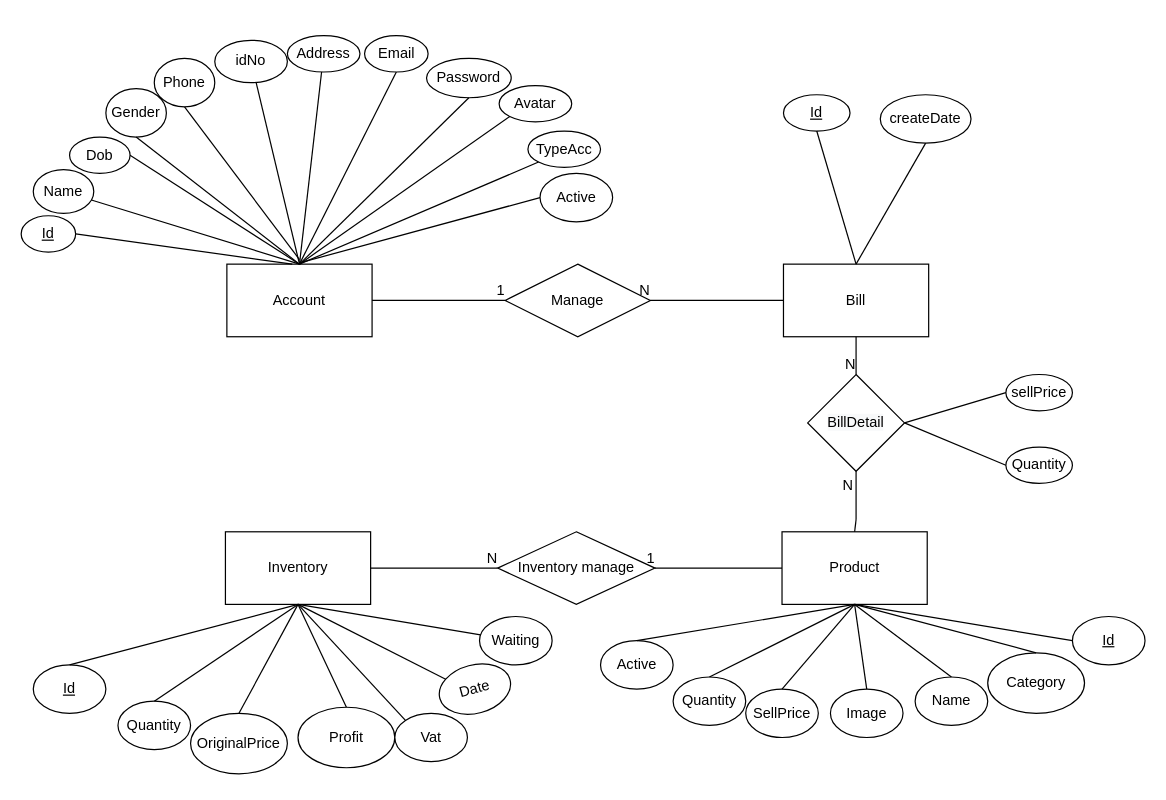
The draw.io diagram erd.drawio in khoahc/DBMS-QLCHNoiThat, before the edit. Source tidied: cells renumbered, new cells numbered last; positions are measured from the earlier drawing's top-left corner, leaving out a move shared by most shapes. Both pictures are drawn from the tidied source at 121%, with x=0, y=0 at pixel (21, 35).
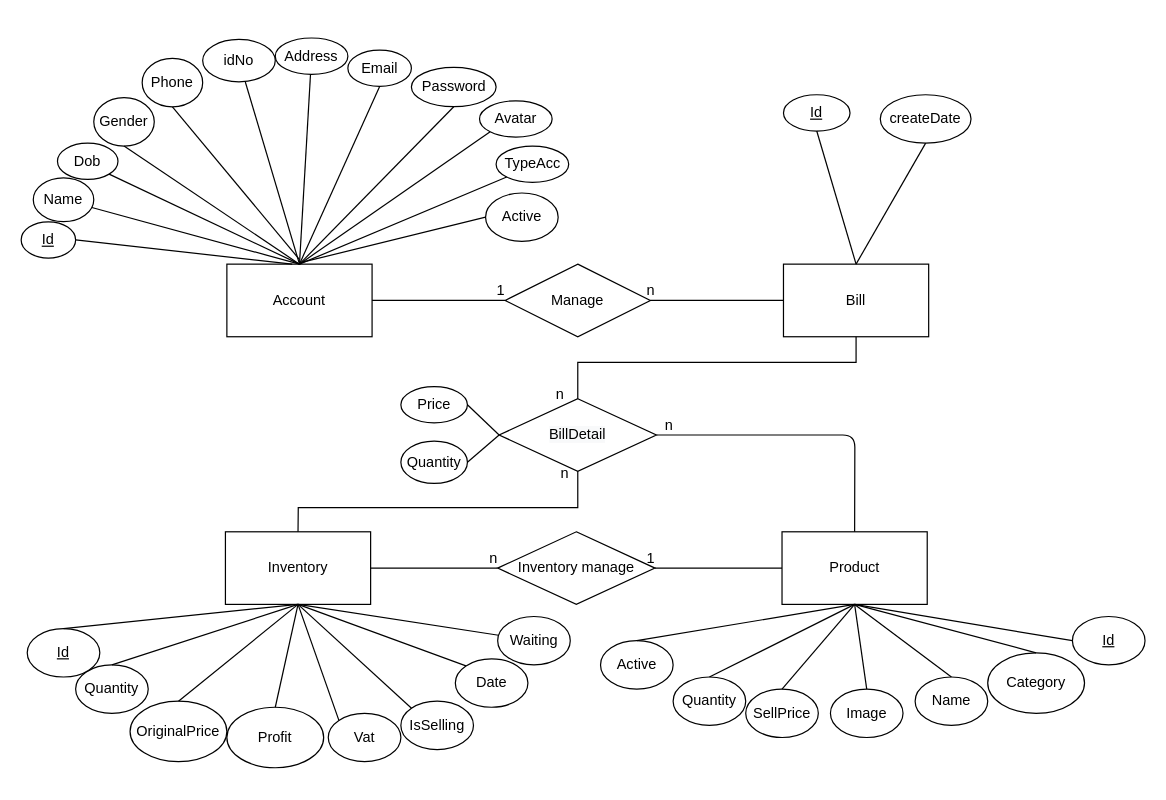
After the change.

Unchanged cells that the change refers to:
```xml
<mxCell id="2" value="Account" style="rounded=0;whiteSpace=wrap;html=1;" parent="1" vertex="1">
  <mxGeometry x="170" y="188.8" width="120" height="60" as="geometry" />
</mxCell>
<mxCell id="3" value="Product" style="rounded=0;whiteSpace=wrap;html=1;" parent="1" vertex="1">
  <mxGeometry x="628.8" y="410" width="120" height="60" as="geometry" />
</mxCell>
<mxCell id="4" value="Inventory" style="rounded=0;whiteSpace=wrap;html=1;" parent="1" vertex="1">
  <mxGeometry x="168.8" y="410" width="120" height="60" as="geometry" />
</mxCell>
<mxCell id="5" value="Bill" style="rounded=0;whiteSpace=wrap;html=1;" parent="1" vertex="1">
  <mxGeometry x="630" y="188.8" width="120" height="60" as="geometry" />
</mxCell>
<mxCell id="60" style="endArrow=none;html=1;rounded=0;entryX=0;entryY=0.5;entryDx=0;entryDy=0;exitX=1;exitY=0.5;exitDx=0;exitDy=0;" parent="1" edge="1" source="4" target="56">
  <mxGeometry relative="1" as="geometry" />
</mxCell>
<mxCell id="64" style="endArrow=none;html=1;rounded=0;exitX=0;exitY=0.5;exitDx=0;exitDy=0;entryX=1;entryY=0.5;entryDx=0;entryDy=0;" parent="1" edge="1" source="5" target="57">
  <mxGeometry relative="1" as="geometry" />
</mxCell>
```

What changed in the source:
```diff
@@
     <mxCell id="6" value="Gender" style="ellipse;whiteSpace=wrap;html=1;" parent="1" vertex="1">
-      <mxGeometry x="70" y="43.8" width="50" height="40" as="geometry" />
+      <mxGeometry x="60" y="51.2" width="50" height="40" as="geometry" />
     </mxCell>
     <mxCell id="7" value="Dob" style="ellipse;whiteSpace=wrap;html=1;" parent="1" vertex="1">
-      <mxGeometry x="40" y="83.8" width="50" height="30" as="geometry" />
+      <mxGeometry x="30" y="88.8" width="50" height="30" as="geometry" />
     </mxCell>
     <mxCell id="8" value="Name" style="ellipse;whiteSpace=wrap;html=1;" parent="1" vertex="1">
-      <mxGeometry x="10" y="110.6" width="50" height="36.2" as="geometry" />
+      <mxGeometry x="10" y="117.5" width="50" height="36.2" as="geometry" />
     </mxCell>
     <mxCell id="9" value="Email" style="ellipse;whiteSpace=wrap;html=1;" parent="1" vertex="1">
-      <mxGeometry x="283.8" width="52.5" height="30" as="geometry" />
+      <mxGeometry x="270" y="11.9" width="52.5" height="30" as="geometry" />
     </mxCell>
     <mxCell id="10" value="idNo" style="ellipse;whiteSpace=wrap;html=1;" parent="1" vertex="1">
-      <mxGeometry x="160" y="3.8" width="60" height="35" as="geometry" />
+      <mxGeometry x="150" y="3.1" width="60" height="35" as="geometry" />
     </mxCell>
     <mxCell id="11" value="Phone" style="ellipse;whiteSpace=wrap;html=1;" parent="1" vertex="1">
-      <mxGeometry x="110" y="18.8" width="50" height="40" as="geometry" />
+      <mxGeometry x="100" y="18.8" width="50" height="40" as="geometry" />
     </mxCell>
     <mxCell id="12" value="Avatar" style="ellipse;whiteSpace=wrap;html=1;" parent="1" vertex="1">
-      <mxGeometry x="395" y="41.2" width="60" height="30" as="geometry" />
+      <mxGeometry x="378.8" y="53.8" width="60" height="30" as="geometry" />
     </mxCell>
     <mxCell id="13" value="Password" style="ellipse;whiteSpace=wrap;html=1;" parent="1" vertex="1">
-      <mxGeometry x="335" y="18.8" width="70" height="32.5" as="geometry" />
+      <mxGeometry x="322.5" y="26.2" width="70" height="32.5" as="geometry" />
     </mxCell>
     <mxCell id="14" value="TypeAcc" style="ellipse;whiteSpace=wrap;html=1;" parent="1" vertex="1">
-      <mxGeometry x="418.8" y="78.8" width="60" height="30" as="geometry" />
+      <mxGeometry x="392.5" y="91.2" width="60" height="30" as="geometry" />
     </mxCell>
     <mxCell id="15" value="Active" style="ellipse;whiteSpace=wrap;html=1;" parent="1" vertex="1">
-      <mxGeometry x="428.8" y="113.8" width="60" height="40" as="geometry" />
+      <mxGeometry x="383.8" y="130" width="60" height="40" as="geometry" />
     </mxCell>
     <mxCell id="16" value="&lt;u&gt;Id&lt;/u&gt;" style="ellipse;whiteSpace=wrap;html=1;" parent="1" vertex="1">
-      <mxGeometry y="148.8" width="45" height="30" as="geometry" />
+      <mxGeometry y="153.8" width="45" height="30" as="geometry" />
     </mxCell>
@@
     <mxCell id="24" value="Waiting" style="ellipse;whiteSpace=wrap;html=1;" parent="1" vertex="1">
-      <mxGeometry x="378.8" y="480" width="60" height="40" as="geometry" />
+      <mxGeometry x="393.8" y="480" width="60" height="40" as="geometry" />
     </mxCell>
-    <mxCell id="25" value="Date" style="ellipse;whiteSpace=wrap;html=1;rotation=-15;" parent="1" vertex="1">
-      <mxGeometry x="345" y="520" width="60" height="40" as="geometry" />
+    <mxCell id="25" value="Date" style="ellipse;whiteSpace=wrap;html=1;rotation=0;" parent="1" vertex="1">
+      <mxGeometry x="358.8" y="515" width="60" height="40" as="geometry" />
     </mxCell>
     <mxCell id="26" value="OriginalPrice" style="ellipse;whiteSpace=wrap;html=1;" parent="1" vertex="1">
-      <mxGeometry x="140" y="560" width="80" height="50" as="geometry" />
+      <mxGeometry x="90" y="550" width="80" height="50" as="geometry" />
     </mxCell>
     <mxCell id="27" value="Quantity" style="ellipse;whiteSpace=wrap;html=1;" parent="1" vertex="1">
-      <mxGeometry x="80" y="550" width="60" height="40" as="geometry" />
+      <mxGeometry x="45" y="520" width="60" height="40" as="geometry" />
     </mxCell>
     <mxCell id="28" value="&lt;u&gt;Id&lt;/u&gt;" style="ellipse;whiteSpace=wrap;html=1;" parent="1" vertex="1">
-      <mxGeometry x="10" y="520" width="60" height="40" as="geometry" />
+      <mxGeometry x="5" y="490" width="60" height="40" as="geometry" />
     </mxCell>
-    <mxCell id="29" value="sellPrice" style="ellipse;whiteSpace=wrap;html=1;" parent="1" vertex="1">
-      <mxGeometry x="813.8" y="280" width="55" height="30" as="geometry" />
+    <mxCell id="29" value="Price" style="ellipse;whiteSpace=wrap;html=1;" parent="1" vertex="1">
+      <mxGeometry x="313.8" y="290" width="55" height="30" as="geometry" />
     </mxCell>
     <mxCell id="30" value="Quantity" style="ellipse;whiteSpace=wrap;html=1;" parent="1" vertex="1">
-      <mxGeometry x="813.8" y="340" width="55" height="30" as="geometry" />
+      <mxGeometry x="313.8" y="335" width="55" height="35" as="geometry" />
     </mxCell>
@@
-    <mxCell id="38" style="endArrow=none;html=1;entryX=1;entryY=0.5;entryDx=0;entryDy=0;exitX=0.5;exitY=0;exitDx=0;exitDy=0;" parent="1" edge="1" source="2" target="7">
+    <mxCell id="38" style="endArrow=none;html=1;entryX=1;entryY=1;entryDx=0;entryDy=0;exitX=0.5;exitY=0;exitDx=0;exitDy=0;" parent="1" edge="1" source="2" target="7">
       <mxGeometry relative="1" as="geometry" />
     </mxCell>
@@
     <mxCell id="44" value="&#10;&#10;&lt;span style=&quot;color: rgb(0, 0, 0); font-family: helvetica; font-size: 12px; font-style: normal; font-weight: 400; letter-spacing: normal; text-align: center; text-indent: 0px; text-transform: none; word-spacing: 0px; background-color: rgb(248, 249, 250); display: inline; float: none;&quot;&gt;BillDetail&lt;/span&gt;&#10;&#10;" style="rhombus;whiteSpace=wrap;html=1;" parent="1" vertex="1">
-      <mxGeometry x="650" y="280" width="80" height="80" as="geometry" />
+      <mxGeometry x="395" y="300" width="130" height="60" as="geometry" />
     </mxCell>
@@
-    <mxCell id="52" style="endArrow=none;html=1;entryX=1;entryY=0.5;entryDx=0;entryDy=0;exitX=0;exitY=0.5;exitDx=0;exitDy=0;" parent="1" edge="1" source="30" target="44">
+    <mxCell id="52" style="endArrow=none;html=1;exitX=1;exitY=0.5;exitDx=0;exitDy=0;entryX=0;entryY=0.5;entryDx=0;entryDy=0;" parent="1" edge="1" source="30" target="44">
       <mxGeometry relative="1" as="geometry" />
     </mxCell>
-    <mxCell id="53" style="endArrow=none;html=1;entryX=1;entryY=0.5;entryDx=0;entryDy=0;exitX=0;exitY=0.5;exitDx=0;exitDy=0;" parent="1" edge="1" source="29" target="44">
+    <mxCell id="53" style="endArrow=none;html=1;entryX=0;entryY=0.5;entryDx=0;entryDy=0;exitX=1;exitY=0.5;exitDx=0;exitDy=0;" parent="1" edge="1" source="29" target="44">
       <mxGeometry relative="1" as="geometry" />
     </mxCell>
@@
-    <mxCell id="61" value="N" style="html=1;align=right;verticalAlign=bottom;" parent="60" vertex="1">
+    <mxCell id="61" value="n" style="html=1;align=right;verticalAlign=bottom;" parent="60" vertex="1">
       <mxGeometry x="1" relative="1" as="geometry" />
     </mxCell>
@@
-    <mxCell id="65" value="N" style="html=1;align=right;verticalAlign=bottom;" parent="64" vertex="1">
-      <mxGeometry x="1" relative="1" as="geometry" />
+    <mxCell id="65" value="n" style="html=1;align=right;verticalAlign=bottom;" parent="64" vertex="1">
+      <mxGeometry x="1" relative="1" as="geometry">
+        <mxPoint x="4" as="offset" />
+      </mxGeometry>
     </mxCell>
-    <mxCell id="66" style="endArrow=none;html=1;rounded=0;exitX=0.5;exitY=0;exitDx=0;exitDy=0;" parent="1" edge="1" source="3">
-      <mxGeometry relative="1" as="geometry">
-        <mxPoint x="690" y="400" as="targetPoint" />
-      </mxGeometry>
-    </mxCell>
-    <mxCell id="67" value="N" style="html=1;align=right;verticalAlign=bottom;" parent="66" vertex="1">
-      <mxGeometry x="1" relative="1" as="geometry">
-        <mxPoint x="-2" y="-20" as="offset" />
-      </mxGeometry>
-    </mxCell>
-    <mxCell id="68" style="endArrow=none;html=1;entryX=0.5;entryY=1;entryDx=0;entryDy=0;" parent="1" edge="1" target="44">
+    <mxCell id="68" style="endArrow=none;html=1;entryX=1;entryY=0.5;entryDx=0;entryDy=0;exitX=0.5;exitY=0;exitDx=0;exitDy=0;" parent="1" edge="1" source="3" target="44">
       <mxGeometry relative="1" as="geometry">
-        <mxPoint x="690" y="400" as="sourcePoint" />
+        <Array as="points">
+          <mxPoint x="689" y="330" />
+        </Array>
       </mxGeometry>
     </mxCell>
@@
-    <mxCell id="74" style="endArrow=none;html=1;rounded=0;exitX=0.5;exitY=1;exitDx=0;exitDy=0;" parent="1" edge="1" source="5" target="44">
-      <mxGeometry relative="1" as="geometry" />
+    <mxCell id="74" style="endArrow=none;html=1;rounded=0;exitX=0.5;exitY=1;exitDx=0;exitDy=0;entryX=0.5;entryY=0;entryDx=0;entryDy=0;" parent="1" edge="1" source="5" target="44">
+      <mxGeometry relative="1" as="geometry">
+        <Array as="points">
+          <mxPoint x="690" y="270" />
+          <mxPoint x="620" y="270" />
+          <mxPoint x="460" y="270" />
+        </Array>
+      </mxGeometry>
     </mxCell>
-    <mxCell id="75" value="N" style="html=1;align=right;verticalAlign=bottom;" parent="74" vertex="1">
-      <mxGeometry x="1" relative="1" as="geometry" />
-    </mxCell>
     <mxCell id="76" style="group;" parent="1" vertex="1">
-      <mxGeometry x="220" width="60" height="41.2" as="geometry" />
+      <mxGeometry x="220" y="11.9" width="60" height="41.2" as="geometry" />
     </mxCell>
     <mxCell id="77" value="Address" style="ellipse;whiteSpace=wrap;html=1;" parent="76" vertex="1">
-      <mxGeometry width="60" height="30" as="geometry" />
+      <mxGeometry x="-10" y="-10" width="60" height="30" as="geometry" />
     </mxCell>
+    <mxCell id="84" style="edgeStyle=none;shape=link;rounded=0;orthogonalLoop=1;jettySize=auto;html=1;exitX=1;exitY=0;exitDx=0;exitDy=0;strokeColor=default;strokeWidth=3;" parent="76" edge="1" source="77" target="77">
+      <mxGeometry relative="1" as="geometry" />
+    </mxCell>
@@
     <mxCell id="79" value="Profit" style="ellipse;whiteSpace=wrap;html=1;" parent="1" vertex="1">
-      <mxGeometry x="228.8" y="555" width="80" height="50" as="geometry" />
+      <mxGeometry x="170" y="555" width="80" height="50" as="geometry" />
     </mxCell>
@@
     <mxCell id="82" value="Vat" style="ellipse;whiteSpace=wrap;html=1;" parent="1" vertex="1">
-      <mxGeometry x="308.8" y="560" width="60" height="40" as="geometry" />
+      <mxGeometry x="253.8" y="560" width="60" height="40" as="geometry" />
     </mxCell>
@@
+    <mxCell id="85" style="endArrow=none;html=1;rounded=0;exitX=0.5;exitY=1;exitDx=0;exitDy=0;entryX=0.5;entryY=0;entryDx=0;entryDy=0;" parent="1" edge="1" source="44" target="4">
+      <mxGeometry relative="1" as="geometry">
+        <Array as="points">
+          <mxPoint x="460" y="390" />
+          <mxPoint x="229" y="390" />
+        </Array>
+      </mxGeometry>
+    </mxCell>
+    <mxCell id="86" value="n" style="html=1;align=right;verticalAlign=bottom;" parent="85" vertex="1">
+      <mxGeometry x="1" relative="1" as="geometry">
+        <mxPoint x="220" y="-105" as="offset" />
+      </mxGeometry>
+    </mxCell>
+    <mxCell id="87" style="edgeStyle=none;shape=link;rounded=0;orthogonalLoop=1;jettySize=auto;html=1;exitX=0.5;exitY=0;exitDx=0;exitDy=0;strokeColor=default;strokeWidth=3;" parent="1" edge="1" source="29" target="29">
+      <mxGeometry relative="1" as="geometry" />
+    </mxCell>
+    <mxCell id="88" value="n" style="html=1;align=right;verticalAlign=bottom;" parent="1" vertex="1">
+      <mxGeometry x="538.8" y="330" as="geometry" />
+    </mxCell>
+    <mxCell id="89" value="n" style="html=1;align=right;verticalAlign=bottom;" parent="1" vertex="1">
+      <mxGeometry x="458.8" y="370" as="geometry">
+        <mxPoint x="-6" as="offset" />
+      </mxGeometry>
+    </mxCell>
+    <mxCell id="90" value="&lt;div style=&quot;text-align: left&quot;&gt;IsSelling&lt;/div&gt;" style="ellipse;whiteSpace=wrap;html=1;" parent="1" vertex="1">
+      <mxGeometry x="313.8" y="550" width="60" height="40" as="geometry" />
+    </mxCell>
+    <mxCell id="91" style="endArrow=none;html=1;entryX=0;entryY=0;entryDx=0;entryDy=0;exitX=0.5;exitY=1;exitDx=0;exitDy=0;" parent="1" edge="1" source="4" target="90">
+      <mxGeometry relative="1" as="geometry" />
+    </mxCell>
```
